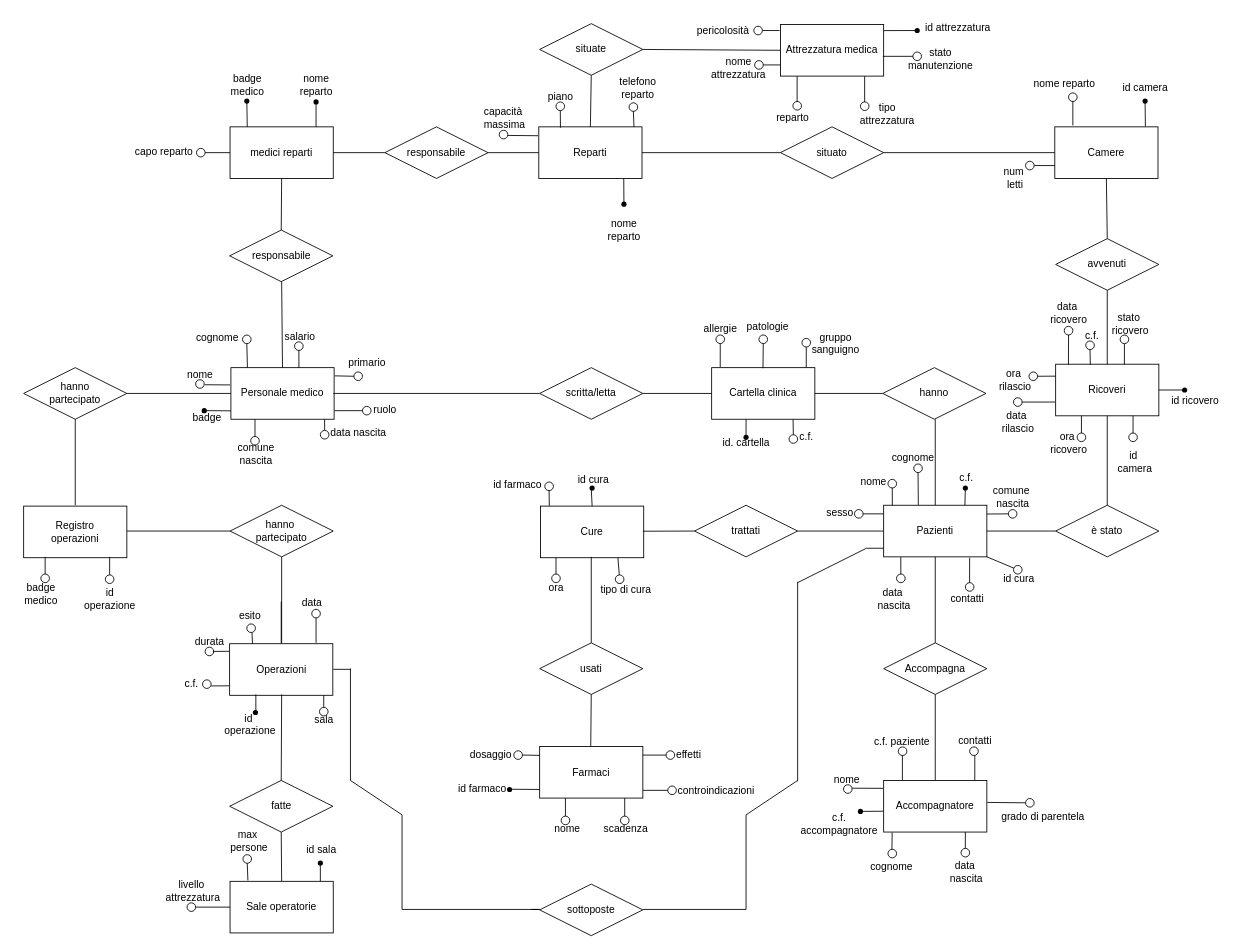
Before: ER-logica2.drawio in MicheleDioli/UniPD-database-project-2024, a draw.io diagram. Source tidied: cells renumbered, new cells numbered last; positions are measured from the earlier drawing's top-left corner, leaving out a move shared by most shapes. Both pictures are drawn from the tidied source at 86%, with x=0, y=0 at pixel (15, 15).
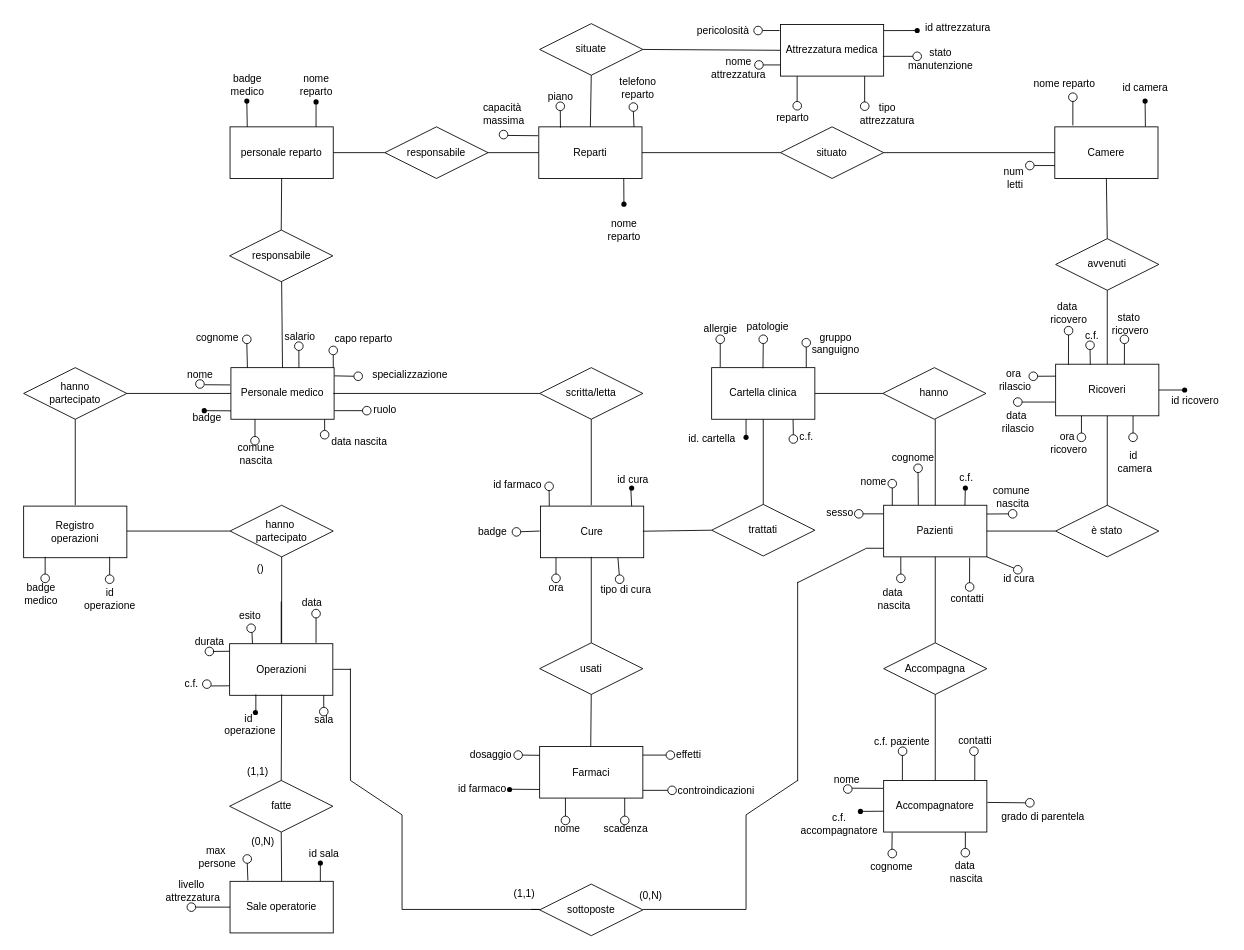
The same page after the edit.

The change refers to these unchanged cells:
```xml
<mxCell id="3" value="Pazienti" style="rounded=0;whiteSpace=wrap;html=1;" parent="1" vertex="1">
  <mxGeometry x="1010" y="570" width="120" height="60" as="geometry" />
</mxCell>
<mxCell id="9" value="Cartella clinica" style="rounded=0;whiteSpace=wrap;html=1;" parent="1" vertex="1">
  <mxGeometry x="810" y="410" width="120" height="60" as="geometry" />
</mxCell>
<mxCell id="13" value="scritta/letta" style="shape=rhombus;perimeter=rhombusPerimeter;whiteSpace=wrap;html=1;align=center;" parent="1" vertex="1">
  <mxGeometry x="610" y="410" width="120" height="60" as="geometry" />
</mxCell>
<mxCell id="188" value="Cure" style="rounded=0;whiteSpace=wrap;html=1;" parent="1" vertex="1">
  <mxGeometry x="611" y="571" width="120" height="60" as="geometry" />
</mxCell>
```

Change to the diagram source:
```diff
@@
-    <mxCell id="18" style="endArrow=none;html=1;rounded=0;entryX=0;entryY=0.5;entryDx=0;entryDy=0;" parent="1" edge="1" target="9">
-      <mxGeometry relative="1" as="geometry">
-        <mxPoint x="730" y="440" as="sourcePoint" />
-      </mxGeometry>
-    </mxCell>
@@
-    <mxCell id="36" value="primario" style="text;html=1;align=center;verticalAlign=middle;strokeColor=none;fillColor=none;" parent="1" vertex="1">
-      <mxGeometry x="374" y="389" width="70" height="30" as="geometry" />
+    <mxCell id="36" value="specializzazione" style="text;html=1;align=center;verticalAlign=middle;strokeColor=none;fillColor=none;" parent="1" vertex="1">
+      <mxGeometry x="404" y="404" width="110" height="30" as="geometry" />
     </mxCell>
@@
     <mxCell id="41" value="id. cartella" style="text;html=1;align=center;verticalAlign=middle;strokeColor=none;fillColor=none;" parent="1" vertex="1">
-      <mxGeometry x="810" y="483" width="80" height="30" as="geometry" />
+      <mxGeometry x="770" y="478" width="80" height="30" as="geometry" />
     </mxCell>
@@
     <mxCell id="45" value="id sala" style="text;html=1;align=center;verticalAlign=middle;strokeColor=none;fillColor=none;" parent="1" vertex="1">
-      <mxGeometry x="326" y="956.3" width="60" height="30" as="geometry" />
+      <mxGeometry x="329" y="960" width="60" height="30" as="geometry" />
     </mxCell>
@@
     <mxCell id="47" value="max&amp;nbsp;&lt;div&gt;persone&lt;/div&gt;" style="text;html=1;align=center;verticalAlign=middle;strokeColor=none;fillColor=none;" parent="1" vertex="1">
-      <mxGeometry x="237" y="940.3" width="70" height="40" as="geometry" />
+      <mxGeometry x="200" y="959" width="70" height="40" as="geometry" />
     </mxCell>
     <mxCell id="48" value="data nascita" style="text;html=1;align=center;verticalAlign=middle;strokeColor=none;fillColor=none;" parent="1" vertex="1">
-      <mxGeometry x="354" y="471" width="90" height="30" as="geometry" />
+      <mxGeometry x="355" y="481" width="90" height="30" as="geometry" />
     </mxCell>
@@
     <mxCell id="115" value="capacità&amp;nbsp;&lt;div&gt;massima&lt;/div&gt;" style="text;html=1;align=center;verticalAlign=middle;strokeColor=none;fillColor=none;" parent="1" vertex="1">
-      <mxGeometry x="534" y="100" width="70" height="40" as="geometry" />
+      <mxGeometry x="533" y="95" width="70" height="40" as="geometry" />
     </mxCell>
@@
     <mxCell id="190" value="id cura&amp;nbsp;" style="text;html=1;align=center;verticalAlign=middle;strokeColor=none;fillColor=none;" parent="1" vertex="1">
-      <mxGeometry x="644" y="526" width="60" height="30" as="geometry" />
+      <mxGeometry x="690" y="526" width="60" height="30" as="geometry" />
     </mxCell>
@@
     <mxCell id="208" value="trattati" style="shape=rhombus;perimeter=rhombusPerimeter;whiteSpace=wrap;html=1;align=center;" parent="1" vertex="1">
-      <mxGeometry x="790" y="570" width="120" height="60" as="geometry" />
+      <mxGeometry x="810" y="569" width="120" height="60" as="geometry" />
     </mxCell>
@@
-    <mxCell id="211" style="endArrow=none;html=1;rounded=0;entryX=0;entryY=0.5;entryDx=0;entryDy=0;" parent="1" edge="1" target="3">
-      <mxGeometry relative="1" as="geometry">
-        <mxPoint x="910" y="600" as="sourcePoint" />
-      </mxGeometry>
+    <mxCell id="211" style="endArrow=none;html=1;rounded=0;entryX=0.5;entryY=1;entryDx=0;entryDy=0;exitX=0.5;exitY=0;exitDx=0;exitDy=0;" parent="1" edge="1" source="208" target="9">
+      <mxGeometry relative="1" as="geometry" />
     </mxCell>
@@
-    <mxCell id="250" value="medici reparti" style="rounded=0;whiteSpace=wrap;html=1;" parent="1" vertex="1">
+    <mxCell id="250" value="personale reparto" style="rounded=0;whiteSpace=wrap;html=1;" parent="1" vertex="1">
       <mxGeometry x="250" y="130" width="120" height="60" as="geometry" />
     </mxCell>
@@
-    <mxCell id="285" style="endArrow=none;html=1;exitX=0.5;exitY=0;exitDx=0;exitDy=0;" parent="1" edge="1" source="188">
+    <mxCell id="285" style="endArrow=none;html=1;exitX=0.5;exitY=0;exitDx=0;exitDy=0;" parent="1" edge="1">
       <mxGeometry relative="1" as="geometry">
-        <mxPoint x="670" y="550" as="targetPoint" />
+        <mxPoint x="717" y="571" as="sourcePoint" />
+        <mxPoint x="716" y="550" as="targetPoint" />
       </mxGeometry>
     </mxCell>
     <mxCell id="286" style="shape=waypoint;sketch=0;fillStyle=solid;size=6;fillColor=none;perimeter=centerPerimeter;" parent="1" vertex="1">
-      <mxGeometry x="661" y="540" width="20" height="20" as="geometry" />
+      <mxGeometry x="707" y="540" width="20" height="20" as="geometry" />
     </mxCell>
@@
-    <mxCell id="290" style="endArrow=none;html=1;startArrow=none;" parent="1" edge="1" source="296">
-      <mxGeometry relative="1" as="geometry">
-        <mxPoint x="250" y="160" as="targetPoint" />
-      </mxGeometry>
-    </mxCell>
-    <mxCell id="291" value="capo reparto" style="text;html=1;align=center;verticalAlign=middle;strokeColor=none;fillColor=none;" parent="1" vertex="1">
-      <mxGeometry x="128" y="144" width="90" height="30" as="geometry" />
-    </mxCell>
@@
-    <mxCell id="295" style="endArrow=none;html=1;" parent="1" edge="1" target="296">
-      <mxGeometry relative="1" as="geometry">
-        <mxPoint x="220" y="160" as="sourcePoint" />
-      </mxGeometry>
-    </mxCell>
-    <mxCell id="296" style="ellipse;whiteSpace=wrap;html=1;" parent="1" vertex="1">
-      <mxGeometry x="211" y="155" width="10" height="10" as="geometry" />
-    </mxCell>
+    <mxCell id="297" value="(0,N)" style="text;html=1;align=center;verticalAlign=middle;strokeColor=none;fillColor=none;" parent="1" vertex="1">
+      <mxGeometry x="714" y="1009" width="50" height="30" as="geometry" />
+    </mxCell>
+    <mxCell id="298" value="(1,1)" style="text;html=1;align=center;verticalAlign=middle;strokeColor=none;fillColor=none;" parent="1" vertex="1">
+      <mxGeometry x="567" y="1007.3" width="50" height="30" as="geometry" />
+    </mxCell>
+    <mxCell id="299" value="(1,1)" style="text;html=1;align=center;verticalAlign=middle;strokeColor=none;fillColor=none;" parent="1" vertex="1">
+      <mxGeometry x="257" y="865" width="50" height="30" as="geometry" />
+    </mxCell>
+    <mxCell id="300" value="(0,N)" style="text;html=1;align=center;verticalAlign=middle;strokeColor=none;fillColor=none;" parent="1" vertex="1">
+      <mxGeometry x="263" y="946" width="50" height="30" as="geometry" />
+    </mxCell>
+    <mxCell id="301" value="()" style="text;html=1;align=center;verticalAlign=middle;strokeColor=none;fillColor=none;" parent="1" vertex="1">
+      <mxGeometry x="269.5" y="629" width="30" height="30" as="geometry" />
+    </mxCell>
+    <mxCell id="302" style="endArrow=none;html=1;startArrow=none;" parent="1" edge="1" source="304">
+      <mxGeometry relative="1" as="geometry">
+        <mxPoint x="370" y="390" as="targetPoint" />
+      </mxGeometry>
+    </mxCell>
+    <mxCell id="303" style="endArrow=none;html=1;" parent="1" edge="1" target="304">
+      <mxGeometry relative="1" as="geometry">
+        <mxPoint x="370" y="410" as="sourcePoint" />
+      </mxGeometry>
+    </mxCell>
+    <mxCell id="304" style="ellipse;whiteSpace=wrap;html=1;" parent="1" vertex="1">
+      <mxGeometry x="365" y="385" width="10" height="10" as="geometry" />
+    </mxCell>
+    <mxCell id="291" value="capo reparto" style="text;html=1;align=center;verticalAlign=middle;strokeColor=none;fillColor=none;" parent="1" vertex="1">
+      <mxGeometry x="360" y="362" width="90" height="30" as="geometry" />
+    </mxCell>
+    <mxCell id="305" style="endArrow=none;html=1;entryX=0.5;entryY=1;entryDx=0;entryDy=0;" parent="1" edge="1" target="13">
+      <mxGeometry relative="1" as="geometry">
+        <mxPoint x="670" y="570" as="sourcePoint" />
+      </mxGeometry>
+    </mxCell>
+    <mxCell id="306" style="endArrow=none;html=1;startArrow=none;" parent="1" edge="1" source="308">
+      <mxGeometry relative="1" as="geometry">
+        <mxPoint x="610" y="600" as="targetPoint" />
+      </mxGeometry>
+    </mxCell>
+    <mxCell id="307" style="endArrow=none;html=1;" parent="1" edge="1" target="308">
+      <mxGeometry relative="1" as="geometry">
+        <mxPoint x="580" y="600" as="sourcePoint" />
+      </mxGeometry>
+    </mxCell>
+    <mxCell id="308" style="ellipse;whiteSpace=wrap;html=1;" parent="1" vertex="1">
+      <mxGeometry x="578" y="596" width="10" height="10" as="geometry" />
+    </mxCell>
+    <mxCell id="309" value="badge" style="text;html=1;align=center;verticalAlign=middle;strokeColor=none;fillColor=none;" parent="1" vertex="1">
+      <mxGeometry x="525" y="586" width="60" height="30" as="geometry" />
+    </mxCell>
```
